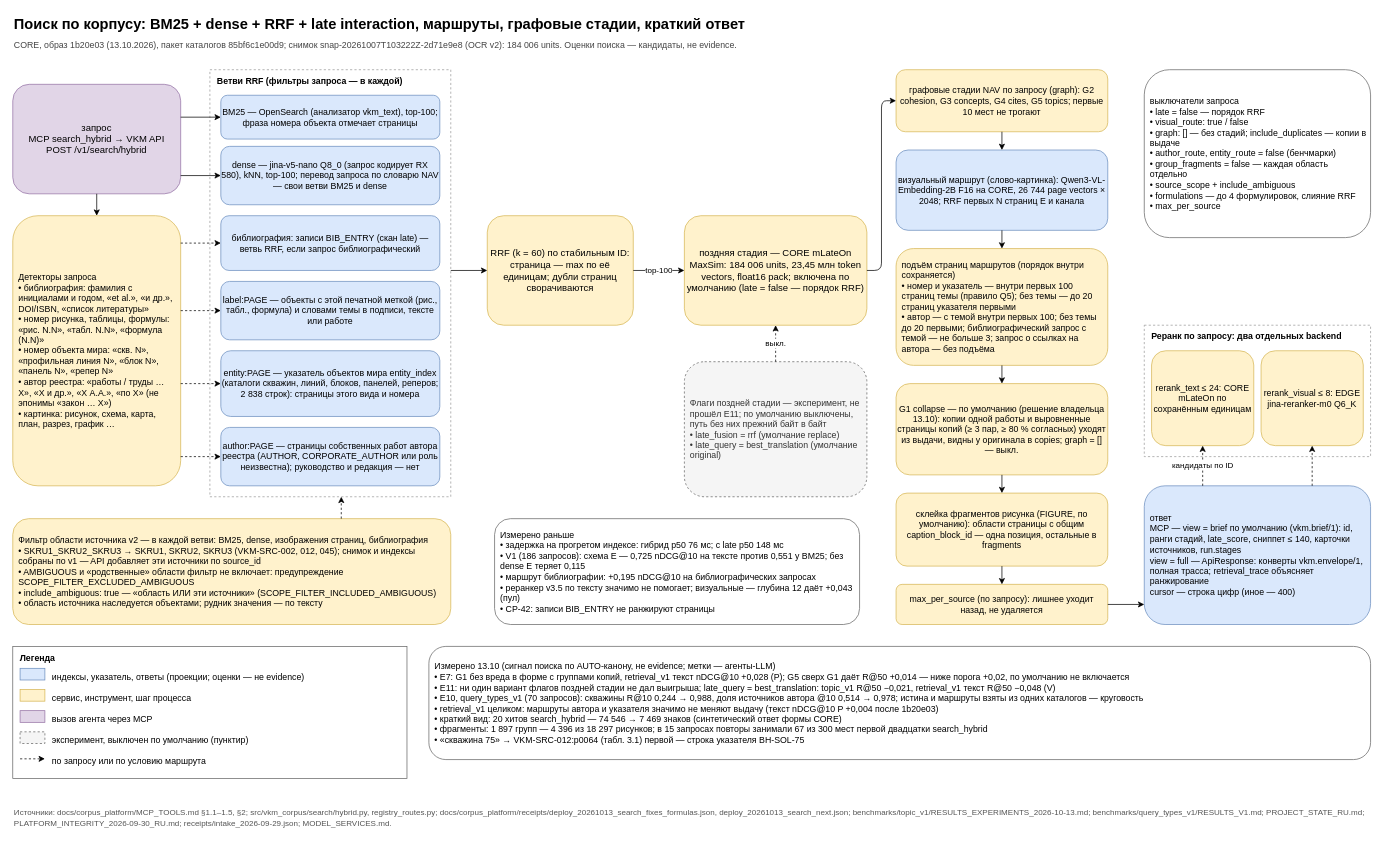
Before: docs/diagrams/hybrid_search.drawio in SUKUNA-AI/vkm-subsidence-forecasting, a draw.io diagram. Source tidied: cells renumbered, new cells numbered last; positions are measured from the earlier drawing's top-left corner, leaving out a move shared by most shapes. Both pictures are drawn from the tidied source at 73%, with x=0, y=0 at pixel (12, 12).
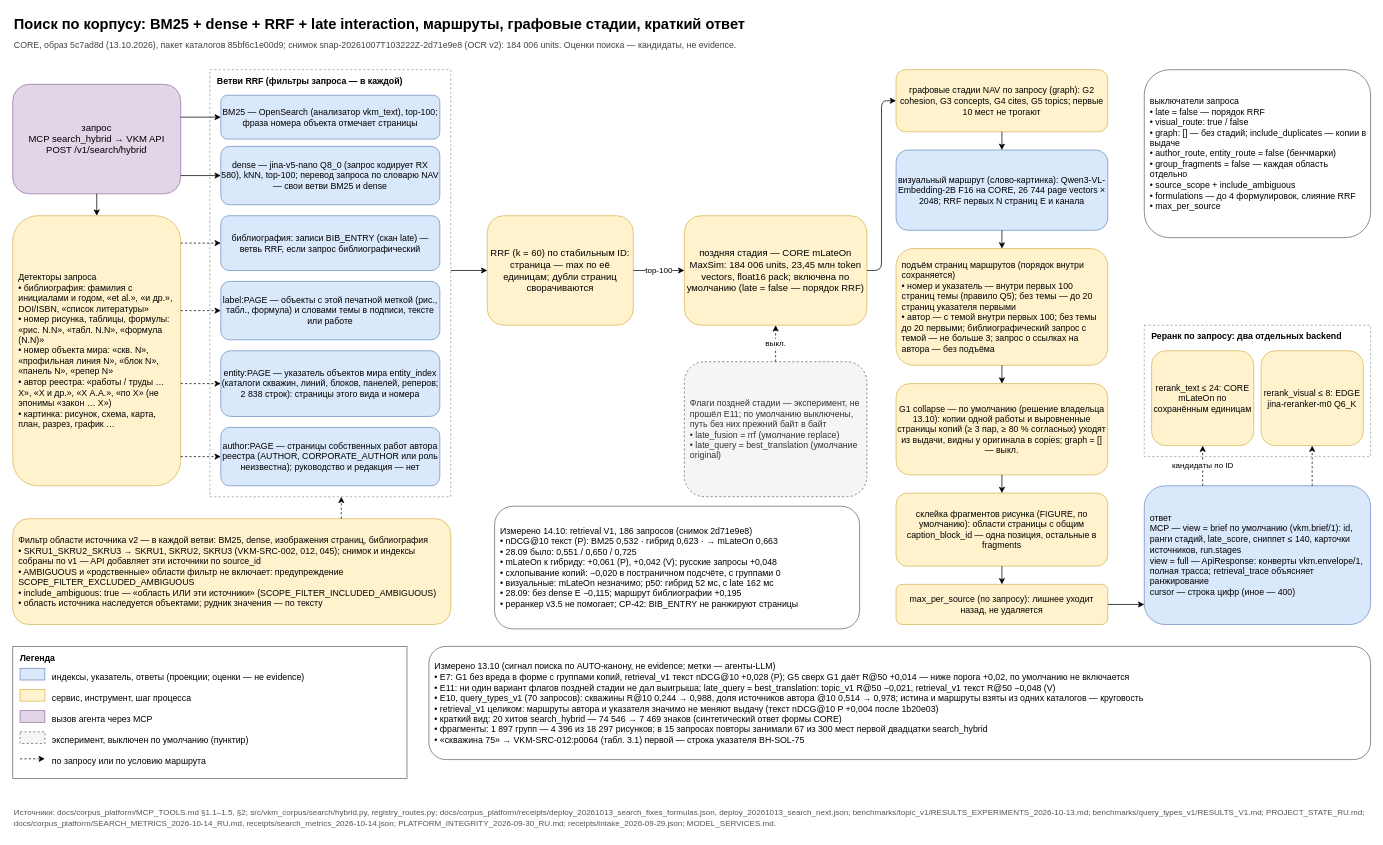
The same page after the edit.

Commit message (it also covers changes not shown here):
Поиск: повтор retrieval V1 на живом CORE (14.10) и обновление схемы гибридного поиска

The edit, as a diff of the source:
```diff
@@
-    <mxCell id="3" value="CORE, образ 1b20e03 (13.10.2026), пакет каталогов 85bf6c1e00d9; снимок snap-20261007T103222Z-2d71e9e8 (OCR v2): 184 006 units. Оценки поиска — кандидаты, не evidence." style="text;align=left;fontColor=#444444;fontSize=12;html=1;verticalAlign=middle;whiteSpace=wrap;" parent="1" vertex="1">
+    <mxCell id="3" value="CORE, образ 5c7ad8d (13.10.2026), пакет каталогов 85bf6c1e00d9; снимок snap-20261007T103222Z-2d71e9e8 (OCR v2): 184 006 units. Оценки поиска — кандидаты, не evidence." style="text;align=left;fontColor=#444444;fontSize=12;html=1;verticalAlign=middle;whiteSpace=wrap;" parent="1" vertex="1">
       <mxGeometry y="32" width="1860" height="25" as="geometry" />
     </mxCell>
@@
-    <mxCell id="28" value="Измерено раньше&lt;br&gt;• задержка на прогретом индексе: гибрид p50 76 мс; с late p50 148 мс&lt;br&gt;• V1 (186 запросов): схема E — 0,725 nDCG@10 на тексте против 0,551 у BM25; без dense E теряет 0,115&lt;br&gt;• маршрут библиографии: +0,195 nDCG@10 на библиографических запросах&lt;br&gt;• реранкер v3.5 по тексту значимо не помогает; визуальные — глубина 12 даёт +0,043 (пул)&lt;br&gt;• CP-42: записи BIB_ENTRY не ранжируют страницы" style="align=left;fillColor=#ffffff;fontSize=12;html=1;rounded=1;spacingLeft=6;spacingRight=4;strokeColor=#666666;whiteSpace=wrap;" parent="1" vertex="1">
-      <mxGeometry x="660" y="693" width="500" height="145" as="geometry" />
+    <mxCell id="28" value="Измерено 14.10: retrieval V1, 186 запросов (снимок 2d71e9e8)&lt;br&gt;• nDCG@10 текст (P): BM25 0,532 · гибрид 0,623 · → mLateOn 0,663&lt;br&gt;• 28.09 было: 0,551 / 0,650 / 0,725&lt;br&gt;• mLateOn к гибриду: +0,061 (P), +0,042 (V); русские запросы +0,048&lt;br&gt;• схлопывание копий: −0,020 в постраничном подсчёте, с группами 0&lt;br&gt;• визуальные: mLateOn незначимо; p50: гибрид 52 мс, с late 162 мс&lt;br&gt;• 28.09: без dense E −0,115; маршрут библиографии +0,195&lt;br&gt;• реранкер v3.5 не помогает; CP-42: BIB_ENTRY не ранжируют страницы" style="align=left;fillColor=#ffffff;fontSize=12;html=1;rounded=1;spacingLeft=6;spacingRight=4;strokeColor=#666666;whiteSpace=wrap;" parent="1" vertex="1">
+      <mxGeometry x="660" y="676" width="500" height="168" as="geometry" />
     </mxCell>
@@
-    <mxCell id="42" value="Источники: docs/corpus_platform/MCP_TOOLS.md §1.1–1.5, §2; src/vkm_corpus/search/hybrid.py, registry_routes.py; docs/corpus_platform/receipts/deploy_20261013_search_fixes_formulas.json, deploy_20261013_search_next.json; benchmarks/topic_v1/RESULTS_EXPERIMENTS_2026-10-13.md; benchmarks/query_types_v1/RESULTS_V1.md; PROJECT_STATE_RU.md; PLATFORM_INTEGRITY_2026-09-30_RU.md; receipts/intake_2026-09-29.json; MODEL_SERVICES.md." style="text;align=left;fontColor=#555555;fontSize=11;html=1;verticalAlign=middle;whiteSpace=wrap;" parent="1" vertex="1">
+    <mxCell id="42" value="Источники: docs/corpus_platform/MCP_TOOLS.md §1.1–1.5, §2; src/vkm_corpus/search/hybrid.py, registry_routes.py; docs/corpus_platform/receipts/deploy_20261013_search_fixes_formulas.json, deploy_20261013_search_next.json; benchmarks/topic_v1/RESULTS_EXPERIMENTS_2026-10-13.md; benchmarks/query_types_v1/RESULTS_V1.md; PROJECT_STATE_RU.md; docs/corpus_platform/SEARCH_METRICS_2026-10-14_RU.md, receipts/search_metrics_2026-10-14.json; PLATFORM_INTEGRITY_2026-09-30_RU.md; receipts/intake_2026-09-29.json; MODEL_SERVICES.md." style="text;align=left;fontColor=#555555;fontSize=11;html=1;verticalAlign=middle;whiteSpace=wrap;" parent="1" vertex="1">
       <mxGeometry y="1083" width="1860" height="40" as="geometry" />
     </mxCell>
```
